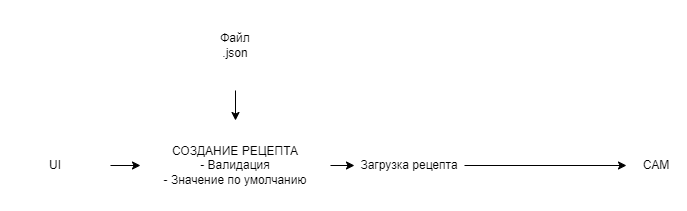
Earlier version of the draw.io export Doc/ФС/Функциональная_схема.drawio.png (AlexFrick92/PNTZ.Mufta). Source tidied: cells renumbered, new cells last; positions are measured from the earlier drawing's top-left corner, leaving out a move shared by most shapes. Source of this version:
```xml
<mxGraphModel>
  <root>
    <mxCell id="0" />
    <mxCell id="1" parent="0" />
    <mxCell id="2" style="edgeStyle=none;html=1;" parent="1" edge="1" source="4" target="5">
      <mxGeometry relative="1" as="geometry" />
    </mxCell>
    <mxCell id="3" style="edgeStyle=none;html=1;strokeColor=default;endArrow=none;endFill=0;startArrow=classic;startFill=1;" parent="1" edge="1" source="4" target="8">
      <mxGeometry relative="1" as="geometry" />
    </mxCell>
    <mxCell id="4" value="Загрузка рецепта" style="text;html=1;strokeColor=none;fillColor=none;align=center;verticalAlign=middle;whiteSpace=wrap;rounded=0;" parent="1" vertex="1">
      <mxGeometry x="354" y="120" width="110" height="90" as="geometry" />
    </mxCell>
    <mxCell id="5" value="CAM" style="text;html=1;strokeColor=none;fillColor=none;align=center;verticalAlign=middle;whiteSpace=wrap;rounded=0;" parent="1" vertex="1">
      <mxGeometry x="626" y="120" width="60" height="90" as="geometry" />
    </mxCell>
    <mxCell id="6" style="edgeStyle=none;html=1;strokeColor=default;startArrow=classic;startFill=1;endArrow=none;endFill=0;" parent="1" edge="1" source="8" target="9">
      <mxGeometry relative="1" as="geometry" />
    </mxCell>
    <mxCell id="7" style="edgeStyle=none;html=1;strokeColor=default;startArrow=classic;startFill=1;endArrow=none;endFill=0;" parent="1" edge="1" source="8" target="10">
      <mxGeometry relative="1" as="geometry" />
    </mxCell>
    <mxCell id="8" value="СОЗДАНИЕ РЕЦЕПТА&lt;br&gt;- Валидация&lt;br&gt;- Значение по умолчанию" style="text;html=1;strokeColor=none;fillColor=none;align=center;verticalAlign=middle;whiteSpace=wrap;rounded=0;" parent="1" vertex="1">
      <mxGeometry x="140" y="120" width="190" height="90" as="geometry" />
    </mxCell>
    <mxCell id="9" value="Файл&lt;br&gt;.json" style="text;html=1;strokeColor=none;fillColor=none;align=center;verticalAlign=middle;whiteSpace=wrap;rounded=0;" parent="1" vertex="1">
      <mxGeometry x="180" width="110" height="90" as="geometry" />
    </mxCell>
    <mxCell id="10" value="UI" style="text;html=1;strokeColor=none;fillColor=none;align=center;verticalAlign=middle;whiteSpace=wrap;rounded=0;" parent="1" vertex="1">
      <mxGeometry y="120" width="110" height="90" as="geometry" />
    </mxCell>
  </root>
</mxGraphModel>
```
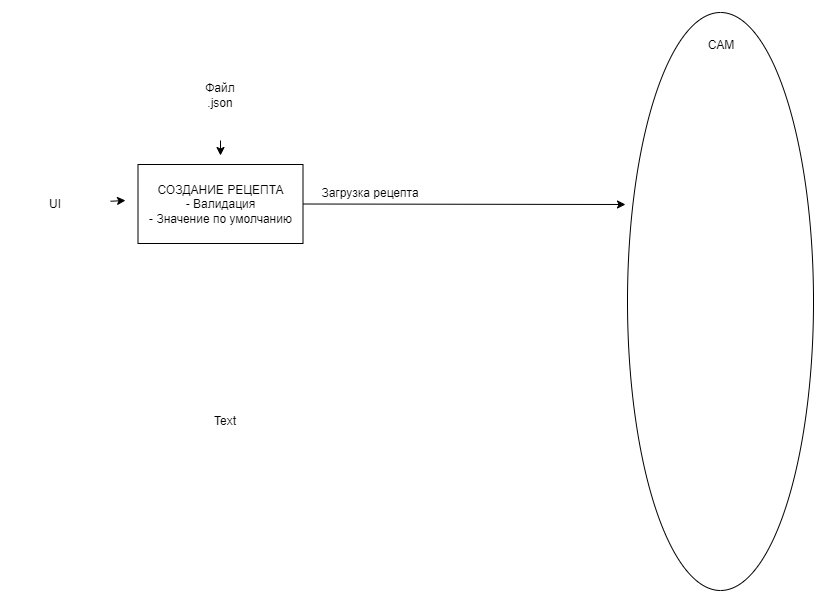
After the change.

Diff of the diagram source:
```diff
@@ -2,32 +2,41 @@
   <root>
     <mxCell id="0" />
     <mxCell id="1" parent="0" />
+    <mxCell id="11" style="ellipse;whiteSpace=wrap;html=1;" parent="1" vertex="1">
+      <mxGeometry x="642" y="-23" width="186" height="578" as="geometry" />
+    </mxCell>
-    <mxCell id="2" style="edgeStyle=none;html=1;" parent="1" edge="1" source="4" target="5">
-      <mxGeometry relative="1" as="geometry" />
+    <mxCell id="2" style="edgeStyle=none;html=1;exitX=1;exitY=0.5;exitDx=0;exitDy=0;" parent="1" edge="1" source="8">
+      <mxGeometry relative="1" as="geometry">
+        <mxPoint x="640" y="169" as="targetPoint" />
+      </mxGeometry>
     </mxCell>
-    <mxCell id="3" style="edgeStyle=none;html=1;strokeColor=default;endArrow=none;endFill=0;startArrow=classic;startFill=1;" parent="1" edge="1" source="4" target="8">
-      <mxGeometry relative="1" as="geometry" />
-    </mxCell>
     <mxCell id="4" value="Загрузка рецепта" style="text;html=1;strokeColor=none;fillColor=none;align=center;verticalAlign=middle;whiteSpace=wrap;rounded=0;" parent="1" vertex="1">
-      <mxGeometry x="354" y="120" width="110" height="90" as="geometry" />
+      <mxGeometry x="330" y="113" width="110" height="90" as="geometry" />
     </mxCell>
     <mxCell id="5" value="CAM" style="text;html=1;strokeColor=none;fillColor=none;align=center;verticalAlign=middle;whiteSpace=wrap;rounded=0;" parent="1" vertex="1">
-      <mxGeometry x="626" y="120" width="60" height="90" as="geometry" />
+      <mxGeometry x="672" y="-35" width="128" height="90" as="geometry" />
     </mxCell>
-    <mxCell id="6" style="edgeStyle=none;html=1;strokeColor=default;startArrow=classic;startFill=1;endArrow=none;endFill=0;" parent="1" edge="1" source="8" target="9">
-      <mxGeometry relative="1" as="geometry" />
+    <mxCell id="6" style="edgeStyle=none;html=1;strokeColor=default;startArrow=classic;startFill=1;endArrow=none;endFill=0;" parent="1" edge="1" target="9">
+      <mxGeometry relative="1" as="geometry">
+        <mxPoint x="235" y="120" as="sourcePoint" />
+      </mxGeometry>
     </mxCell>
-    <mxCell id="7" style="edgeStyle=none;html=1;strokeColor=default;startArrow=classic;startFill=1;endArrow=none;endFill=0;" parent="1" edge="1" source="8" target="10">
-      <mxGeometry relative="1" as="geometry" />
+    <mxCell id="7" style="edgeStyle=none;html=1;strokeColor=default;startArrow=classic;startFill=1;endArrow=none;endFill=0;" parent="1" edge="1" target="10">
+      <mxGeometry relative="1" as="geometry">
+        <mxPoint x="140" y="165" as="sourcePoint" />
+      </mxGeometry>
     </mxCell>
-    <mxCell id="8" value="СОЗДАНИЕ РЕЦЕПТА&lt;br&gt;- Валидация&lt;br&gt;- Значение по умолчанию" style="text;html=1;strokeColor=none;fillColor=none;align=center;verticalAlign=middle;whiteSpace=wrap;rounded=0;" parent="1" vertex="1">
-      <mxGeometry x="140" y="120" width="190" height="90" as="geometry" />
-    </mxCell>
     <mxCell id="9" value="Файл&lt;br&gt;.json" style="text;html=1;strokeColor=none;fillColor=none;align=center;verticalAlign=middle;whiteSpace=wrap;rounded=0;" parent="1" vertex="1">
-      <mxGeometry x="180" width="110" height="90" as="geometry" />
+      <mxGeometry x="180" y="15" width="110" height="90" as="geometry" />
     </mxCell>
     <mxCell id="10" value="UI" style="text;html=1;strokeColor=none;fillColor=none;align=center;verticalAlign=middle;whiteSpace=wrap;rounded=0;" parent="1" vertex="1">
-      <mxGeometry y="120" width="110" height="90" as="geometry" />
+      <mxGeometry x="15" y="123.5" width="110" height="90" as="geometry" />
     </mxCell>
+    <mxCell id="12" value="Text" style="text;html=1;strokeColor=none;fillColor=none;align=center;verticalAlign=middle;whiteSpace=wrap;rounded=0;" parent="1" vertex="1">
+      <mxGeometry x="210" y="371" width="60" height="30" as="geometry" />
+    </mxCell>
+    <mxCell id="8" value="СОЗДАНИЕ РЕЦЕПТА&lt;br style=&quot;border-color: var(--border-color);&quot;&gt;- Валидация&lt;br style=&quot;border-color: var(--border-color);&quot;&gt;- Значение по умолчанию" style="rounded=0;whiteSpace=wrap;html=1;" parent="1" vertex="1">
+      <mxGeometry x="152.5" y="129" width="165" height="79" as="geometry" />
+    </mxCell>
   </root>
 </mxGraphModel>
```
